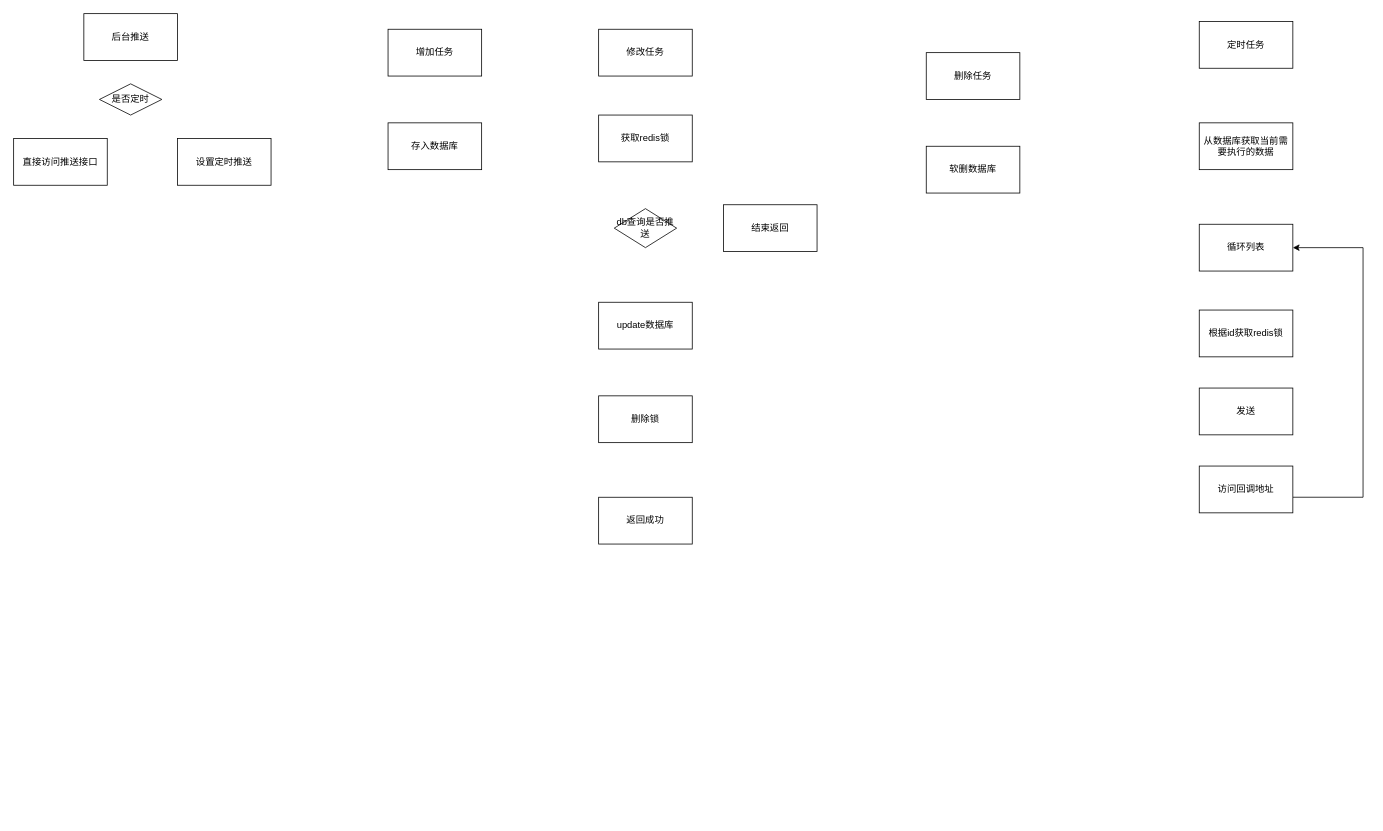
Earlier version of the draw.io diagram rbpush.drawio (ljkrock/WeUI-Simple-Guide). Source tidied: cells renumbered, new cells numbered last; positions are measured from the earlier drawing's top-left corner, leaving out a move shared by most shapes. Both pictures are drawn from the tidied source at 78%, with x=0, y=0 at pixel (13, 13).
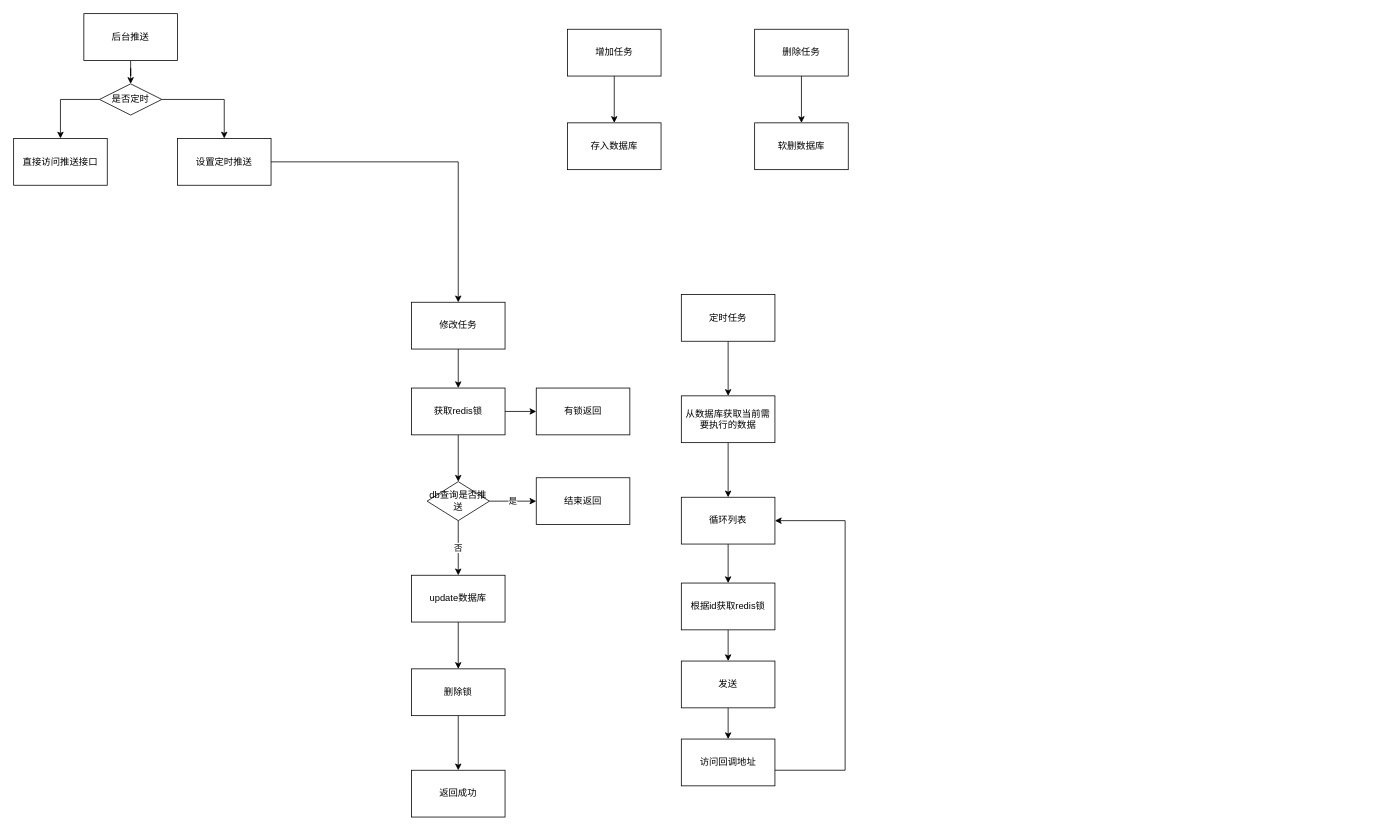
Above is the later version.

Unchanged cells that the change refers to:
```xml
<mxCell id="2" value="后台推送" style="rounded=0;whiteSpace=wrap;html=1;" parent="1" vertex="1">
  <mxGeometry x="90" width="120" height="60" as="geometry" />
</mxCell>
<mxCell id="3" value="是否定时" style="rhombus;whiteSpace=wrap;html=1;" parent="1" vertex="1">
  <mxGeometry x="110" y="90" width="80" height="40" as="geometry" />
</mxCell>
<mxCell id="4" value="设置定时推送" style="rounded=0;whiteSpace=wrap;html=1;" parent="1" vertex="1">
  <mxGeometry x="210" y="160" width="120" height="60" as="geometry" />
</mxCell>
<mxCell id="23" value="直接访问推送接口" style="rounded=0;whiteSpace=wrap;html=1;" parent="1" vertex="1">
  <mxGeometry y="160" width="120" height="60" as="geometry" />
</mxCell>
```

The edit, as a diff of the source:
```diff
@@
+    <mxCell id="24" style="edgeStyle=orthogonalEdgeStyle;rounded=0;jettySize=auto;html=1;entryX=0.5;entryY=0;entryDx=0;entryDy=0;" parent="1" edge="1" source="2" target="3">
+      <mxGeometry relative="1" as="geometry" />
+    </mxCell>
@@
+    <mxCell id="25" style="edgeStyle=orthogonalEdgeStyle;rounded=0;jettySize=auto;html=1;exitX=1;exitY=0.5;exitDx=0;exitDy=0;" parent="1" edge="1" source="3" target="4">
+      <mxGeometry relative="1" as="geometry" />
+    </mxCell>
+    <mxCell id="26" style="edgeStyle=orthogonalEdgeStyle;rounded=0;jettySize=auto;html=1;entryX=0.5;entryY=0;entryDx=0;entryDy=0;" parent="1" edge="1" source="3" target="23">
+      <mxGeometry relative="1" as="geometry">
+        <Array as="points">
+          <mxPoint x="60" y="110" />
+        </Array>
+      </mxGeometry>
+    </mxCell>
@@
+    <mxCell id="27" style="edgeStyle=orthogonalEdgeStyle;rounded=0;jettySize=auto;html=1;entryX=0.5;entryY=0;entryDx=0;entryDy=0;" parent="1" edge="1" source="4" target="7">
+      <mxGeometry relative="1" as="geometry">
+        <Array as="points">
+          <mxPoint x="570" y="190" />
+        </Array>
+      </mxGeometry>
+    </mxCell>
@@
+    <mxCell id="28" style="edgeStyle=orthogonalEdgeStyle;rounded=0;jettySize=auto;html=1;entryX=0.5;entryY=0;entryDx=0;entryDy=0;" parent="1" edge="1" source="5" target="6">
+      <mxGeometry relative="1" as="geometry" />
+    </mxCell>
     <mxCell id="5" value="增加任务" style="rounded=0;whiteSpace=wrap;html=1;" parent="1" vertex="1">
-      <mxGeometry x="480" y="20" width="120" height="60" as="geometry" />
+      <mxGeometry x="710" y="20" width="120" height="60" as="geometry" />
     </mxCell>
     <mxCell id="6" value="存入数据库" style="rounded=0;whiteSpace=wrap;html=1;" parent="1" vertex="1">
-      <mxGeometry x="480" y="140" width="120" height="60" as="geometry" />
+      <mxGeometry x="710" y="140" width="120" height="60" as="geometry" />
     </mxCell>
+    <mxCell id="29" style="edgeStyle=orthogonalEdgeStyle;rounded=0;jettySize=auto;html=1;entryX=0.5;entryY=0;entryDx=0;entryDy=0;" parent="1" edge="1" source="7" target="18">
+      <mxGeometry relative="1" as="geometry" />
+    </mxCell>
     <mxCell id="7" value="修改任务" style="rounded=0;whiteSpace=wrap;html=1;" parent="1" vertex="1">
-      <mxGeometry x="750" y="20" width="120" height="60" as="geometry" />
+      <mxGeometry x="510" y="370" width="120" height="60" as="geometry" />
     </mxCell>
+    <mxCell id="30" style="edgeStyle=orthogonalEdgeStyle;rounded=0;jettySize=auto;html=1;" parent="1" edge="1" source="8" target="21">
+      <mxGeometry relative="1" as="geometry" />
+    </mxCell>
     <mxCell id="8" value="update数据库" style="rounded=0;whiteSpace=wrap;html=1;" parent="1" vertex="1">
-      <mxGeometry x="750" y="370" width="120" height="60" as="geometry" />
+      <mxGeometry x="510" y="720" width="120" height="60" as="geometry" />
     </mxCell>
+    <mxCell id="31" style="edgeStyle=orthogonalEdgeStyle;rounded=0;jettySize=auto;html=1;" parent="1" edge="1" source="9" target="10">
+      <mxGeometry relative="1" as="geometry" />
+    </mxCell>
     <mxCell id="9" value="删除任务" style="rounded=0;whiteSpace=wrap;html=1;" parent="1" vertex="1">
-      <mxGeometry x="1170" y="50" width="120" height="60" as="geometry" />
+      <mxGeometry x="950" y="20" width="120" height="60" as="geometry" />
     </mxCell>
     <mxCell id="10" value="软删数据库" style="rounded=0;whiteSpace=wrap;html=1;" parent="1" vertex="1">
-      <mxGeometry x="1170" y="170" width="120" height="60" as="geometry" />
+      <mxGeometry x="950" y="140" width="120" height="60" as="geometry" />
     </mxCell>
+    <mxCell id="32" style="edgeStyle=orthogonalEdgeStyle;rounded=0;jettySize=auto;html=1;entryX=0.5;entryY=0;entryDx=0;entryDy=0;" parent="1" edge="1" source="11" target="12">
+      <mxGeometry relative="1" as="geometry" />
+    </mxCell>
     <mxCell id="11" value="定时任务" style="rounded=0;whiteSpace=wrap;html=1;" parent="1" vertex="1">
-      <mxGeometry x="1520" y="10" width="120" height="60" as="geometry" />
+      <mxGeometry x="856" y="360" width="120" height="60" as="geometry" />
     </mxCell>
+    <mxCell id="33" style="edgeStyle=orthogonalEdgeStyle;rounded=0;jettySize=auto;html=1;" parent="1" edge="1" source="12" target="13">
+      <mxGeometry relative="1" as="geometry" />
+    </mxCell>
     <mxCell id="12" value="从数据库获取当前需要执行的数据" style="rounded=0;whiteSpace=wrap;html=1;" parent="1" vertex="1">
-      <mxGeometry x="1520" y="140" width="120" height="60" as="geometry" />
+      <mxGeometry x="856" y="490" width="120" height="60" as="geometry" />
     </mxCell>
+    <mxCell id="34" style="edgeStyle=orthogonalEdgeStyle;rounded=0;jettySize=auto;html=1;" parent="1" edge="1" source="13" target="14">
+      <mxGeometry relative="1" as="geometry" />
+    </mxCell>
     <mxCell id="13" value="循环列表" style="rounded=0;whiteSpace=wrap;html=1;" parent="1" vertex="1">
-      <mxGeometry x="1520" y="270" width="120" height="60" as="geometry" />
+      <mxGeometry x="856" y="620" width="120" height="60" as="geometry" />
     </mxCell>
+    <mxCell id="35" style="edgeStyle=orthogonalEdgeStyle;rounded=0;jettySize=auto;html=1;" parent="1" edge="1" source="14" target="15">
+      <mxGeometry relative="1" as="geometry" />
+    </mxCell>
     <mxCell id="14" value="根据id获取redis锁" style="rounded=0;whiteSpace=wrap;html=1;" parent="1" vertex="1">
-      <mxGeometry x="1520" y="380" width="120" height="60" as="geometry" />
+      <mxGeometry x="856" y="730" width="120" height="60" as="geometry" />
     </mxCell>
+    <mxCell id="36" style="edgeStyle=orthogonalEdgeStyle;rounded=0;jettySize=auto;html=1;" parent="1" edge="1" source="15" target="17">
+      <mxGeometry relative="1" as="geometry" />
+    </mxCell>
     <mxCell id="15" value="发送" style="rounded=0;whiteSpace=wrap;html=1;" parent="1" vertex="1">
-      <mxGeometry x="1520" y="480" width="120" height="60" as="geometry" />
+      <mxGeometry x="856" y="830" width="120" height="60" as="geometry" />
     </mxCell>
     <mxCell id="16" style="edgeStyle=orthogonalEdgeStyle;rounded=0;jettySize=auto;html=1;entryX=1;entryY=0.5;entryDx=0;entryDy=0;" parent="1" edge="1" source="17" target="13">
       <mxGeometry relative="1" as="geometry">
         <Array as="points">
-          <mxPoint x="1730" y="620" />
-          <mxPoint x="1730" y="300" />
+          <mxPoint x="1066" y="970" />
+          <mxPoint x="1066" y="650" />
         </Array>
       </mxGeometry>
     </mxCell>
     <mxCell id="17" value="访问回调地址" style="rounded=0;whiteSpace=wrap;html=1;" parent="1" vertex="1">
-      <mxGeometry x="1520" y="580" width="120" height="60" as="geometry" />
+      <mxGeometry x="856" y="930" width="120" height="60" as="geometry" />
     </mxCell>
+    <mxCell id="37" style="edgeStyle=orthogonalEdgeStyle;rounded=0;jettySize=auto;html=1;entryX=0.5;entryY=0;entryDx=0;entryDy=0;" parent="1" edge="1" source="18" target="19">
+      <mxGeometry relative="1" as="geometry" />
+    </mxCell>
+    <mxCell id="38" style="edgeStyle=orthogonalEdgeStyle;rounded=0;jettySize=auto;html=1;" parent="1" edge="1" source="18" target="42">
+      <mxGeometry relative="1" as="geometry" />
+    </mxCell>
     <mxCell id="18" value="获取redis锁" style="rounded=0;whiteSpace=wrap;html=1;" parent="1" vertex="1">
-      <mxGeometry x="750" y="130" width="120" height="60" as="geometry" />
+      <mxGeometry x="510" y="480" width="120" height="60" as="geometry" />
     </mxCell>
+    <mxCell id="39" value="是" style="edgeStyle=orthogonalEdgeStyle;rounded=0;jettySize=auto;html=1;entryX=0;entryY=0.5;entryDx=0;entryDy=0;" parent="1" edge="1" source="19" target="20">
+      <mxGeometry relative="1" as="geometry" />
+    </mxCell>
+    <mxCell id="40" value="否" style="edgeStyle=orthogonalEdgeStyle;rounded=0;jettySize=auto;html=1;" parent="1" edge="1" source="19" target="8">
+      <mxGeometry relative="1" as="geometry" />
+    </mxCell>
     <mxCell id="19" value="db查询是否推送" style="rhombus;whiteSpace=wrap;html=1;" parent="1" vertex="1">
-      <mxGeometry x="770" y="250" width="80" height="50" as="geometry" />
+      <mxGeometry x="530" y="600" width="80" height="50" as="geometry" />
     </mxCell>
     <mxCell id="20" value="结束返回" style="rounded=0;whiteSpace=wrap;html=1;" parent="1" vertex="1">
-      <mxGeometry x="910" y="245" width="120" height="60" as="geometry" />
+      <mxGeometry x="670" y="595" width="120" height="60" as="geometry" />
     </mxCell>
+    <mxCell id="41" style="edgeStyle=orthogonalEdgeStyle;rounded=0;jettySize=auto;html=1;" parent="1" edge="1" source="21" target="22">
+      <mxGeometry relative="1" as="geometry" />
+    </mxCell>
     <mxCell id="21" value="删除锁" style="rounded=0;whiteSpace=wrap;html=1;" parent="1" vertex="1">
-      <mxGeometry x="750" y="490" width="120" height="60" as="geometry" />
+      <mxGeometry x="510" y="840" width="120" height="60" as="geometry" />
     </mxCell>
     <mxCell id="22" value="返回成功" style="rounded=0;whiteSpace=wrap;html=1;" parent="1" vertex="1">
-      <mxGeometry x="750" y="620" width="120" height="60" as="geometry" />
+      <mxGeometry x="510" y="970" width="120" height="60" as="geometry" />
     </mxCell>
@@
+    <mxCell id="42" value="有锁返回" style="whiteSpace=wrap;html=1;rounded=0;" parent="1" vertex="1">
+      <mxGeometry x="670" y="480" width="120" height="60" as="geometry" />
+    </mxCell>
```
